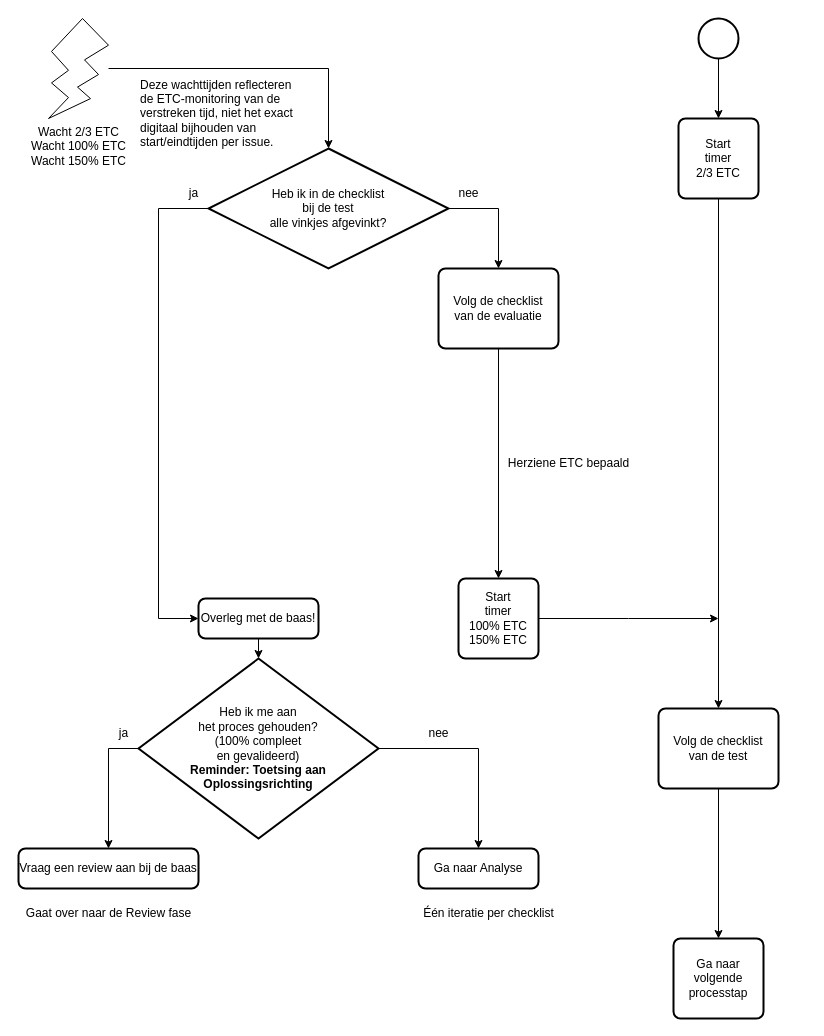
Before: 5 Issue Tracker test.drawio in Zaibatsu89/IssueTracker, a draw.io diagram. Source tidied: cells renumbered, new cells numbered last; positions are measured from the earlier drawing's top-left corner, leaving out a move shared by most shapes. Both pictures are drawn from the tidied source at 100%, with x=0, y=0 at pixel (18, 18).
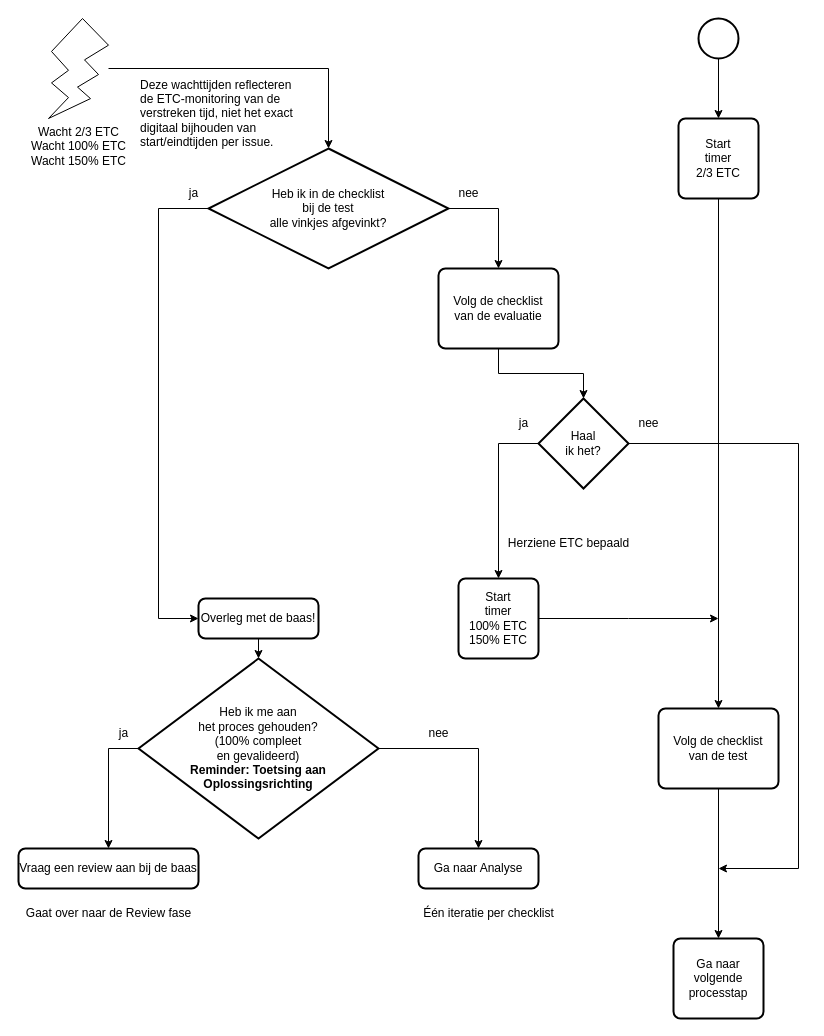
The same page after the edit.

Commit message (it also covers changes not shown here):
Voeg "Haal ik het?" toe na "Volg de checklist van de evaluatie" in flowcharts

Unchanged cells that the change refers to:
```xml
<mxCell id="20" value="Volg de checklist&lt;br&gt;van de evaluatie" style="rounded=1;whiteSpace=wrap;html=1;absoluteArcSize=1;arcSize=14;strokeWidth=2;" parent="1" vertex="1">
  <mxGeometry x="420" y="250" width="120" height="80" as="geometry" />
</mxCell>
<mxCell id="32" value="Start&lt;br&gt;timer&lt;br&gt;100% ETC&lt;br&gt;150% ETC" style="rounded=1;whiteSpace=wrap;html=1;absoluteArcSize=1;arcSize=14;strokeWidth=2;" parent="1" vertex="1">
  <mxGeometry x="440" y="560" width="80" height="80" as="geometry" />
</mxCell>
```

The edit, as a diff of the source:
```diff
@@
-    <mxCell id="19" style="edgeStyle=orthogonalEdgeStyle;rounded=0;jettySize=auto;html=1;entryX=0.5;entryY=0;entryDx=0;entryDy=0;" parent="1" edge="1" source="20" target="32">
-      <mxGeometry relative="1" as="geometry" />
-    </mxCell>
@@
     <mxCell id="25" value="Herziene ETC bepaald" style="text;html=1;align=center;verticalAlign=middle;strokeColor=none;fillColor=none;" parent="1" vertex="1">
-      <mxGeometry x="480" y="430" width="140" height="30" as="geometry" />
+      <mxGeometry x="480" y="510" width="140" height="30" as="geometry" />
     </mxCell>
@@
+    <mxCell id="33" style="edgeStyle=orthogonalEdgeStyle;rounded=0;jettySize=auto;html=1;exitX=0;exitY=0.5;exitDx=0;exitDy=0;exitPerimeter=0;entryX=0.5;entryY=0;entryDx=0;entryDy=0;" parent="1" edge="1" source="35" target="32">
+      <mxGeometry relative="1" as="geometry" />
+    </mxCell>
+    <mxCell id="34" style="edgeStyle=orthogonalEdgeStyle;rounded=0;jettySize=auto;html=1;exitX=1;exitY=0.5;exitDx=0;exitDy=0;exitPerimeter=0;" parent="1" edge="1" source="35">
+      <mxGeometry relative="1" as="geometry">
+        <mxPoint x="700" y="850" as="targetPoint" />
+        <Array as="points">
+          <mxPoint x="780" y="425" />
+        </Array>
+      </mxGeometry>
+    </mxCell>
+    <mxCell id="35" value="Haal&lt;br&gt;ik het?" style="strokeWidth=2;html=1;shape=mxgraph.flowchart.decision;whiteSpace=wrap;" parent="1" vertex="1">
+      <mxGeometry x="520" y="380" width="90" height="90" as="geometry" />
+    </mxCell>
+    <mxCell id="36" style="edgeStyle=orthogonalEdgeStyle;rounded=0;jettySize=auto;html=1;exitX=0.5;exitY=1;exitDx=0;exitDy=0;entryX=0.5;entryY=0;entryDx=0;entryDy=0;entryPerimeter=0;" parent="1" edge="1" source="20" target="35">
+      <mxGeometry relative="1" as="geometry" />
+    </mxCell>
+    <mxCell id="37" value="ja" style="text;html=1;align=center;verticalAlign=middle;strokeColor=none;fillColor=none;" parent="1" vertex="1">
+      <mxGeometry x="490" y="390" width="30" height="30" as="geometry" />
+    </mxCell>
+    <mxCell id="38" value="nee" style="text;html=1;align=center;verticalAlign=middle;strokeColor=none;fillColor=none;" parent="1" vertex="1">
+      <mxGeometry x="610" y="390" width="40" height="30" as="geometry" />
+    </mxCell>
```
